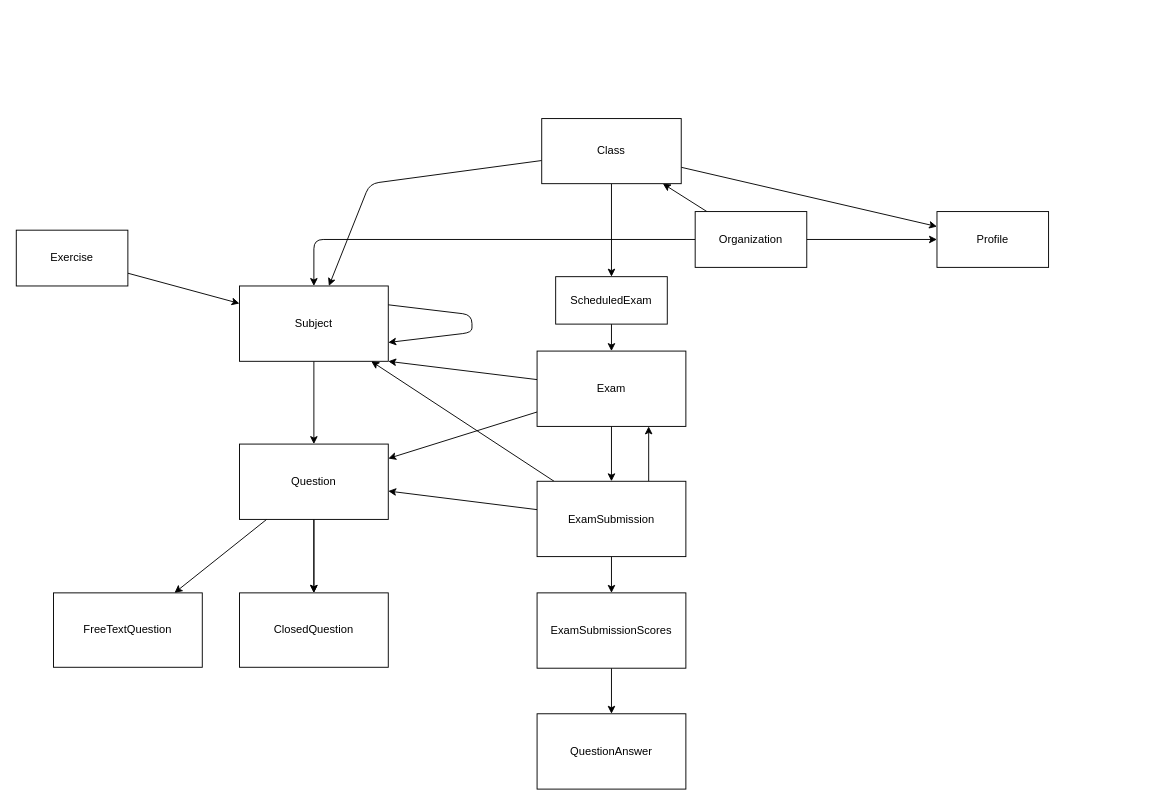
Before: services/db/entities.drawio in AsafKaravani/apprentice, a draw.io diagram. Source tidied: cells renumbered, new cells numbered last; positions are measured from the earlier drawing's top-left corner, leaving out a move shared by most shapes. Both pictures are drawn from the tidied source at 93%, with x=0, y=0 at pixel (16, 118).
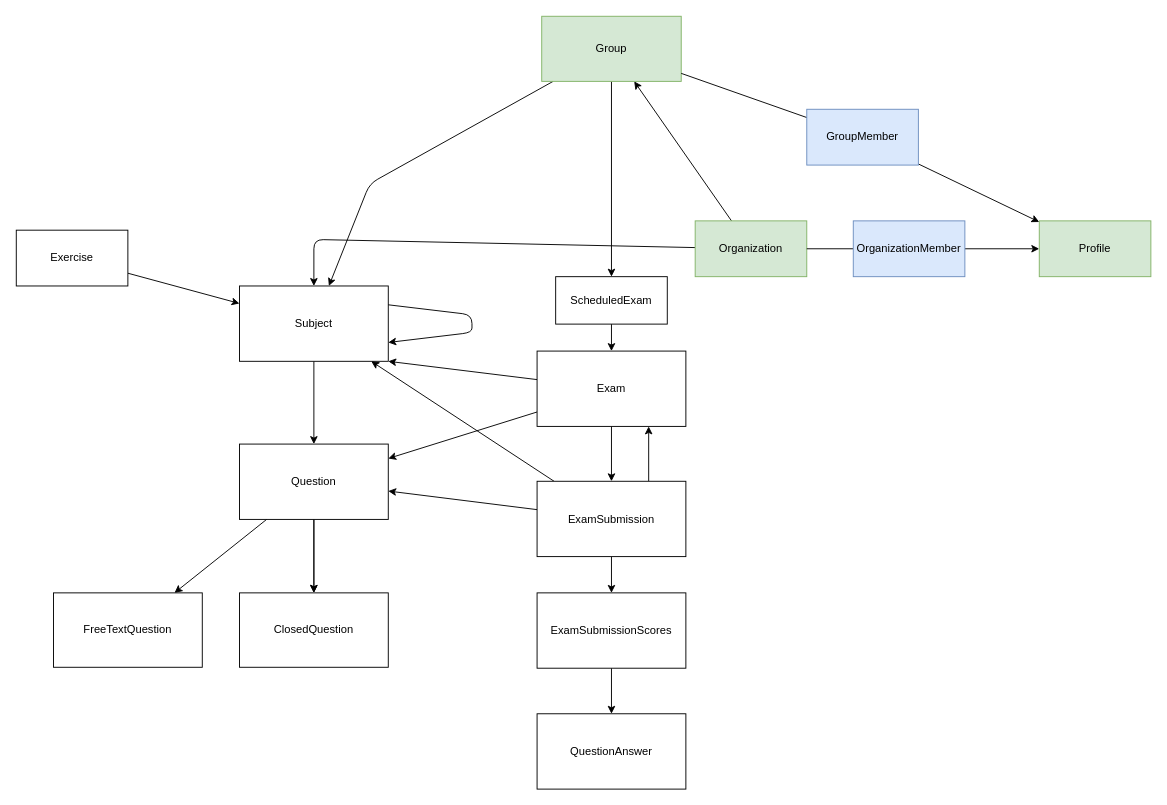
The same page after the edit.

Commit message (it also covers changes not shown here):
added group and org

Diff of the diagram source:
```diff
@@
-    <mxCell id="13" style="edgeStyle=none;html=1;" parent="1" edge="1" source="14" target="15">
+    <mxCell id="13" style="edgeStyle=none;html=1;startArrow=none;" parent="1" edge="1" source="37" target="15">
       <mxGeometry relative="1" as="geometry" />
     </mxCell>
-    <mxCell id="14" value="Organization" style="rounded=0;whiteSpace=wrap;html=1;" parent="1" vertex="1">
-      <mxGeometry x="730" y="100" width="120" height="60" as="geometry" />
+    <mxCell id="14" value="Organization" style="rounded=0;whiteSpace=wrap;html=1;fillColor=#d5e8d4;strokeColor=#82b366;" parent="1" vertex="1">
+      <mxGeometry x="730" y="110" width="120" height="60" as="geometry" />
     </mxCell>
-    <mxCell id="15" value="Profile" style="rounded=0;whiteSpace=wrap;html=1;" parent="1" vertex="1">
-      <mxGeometry x="990" y="100" width="120" height="60" as="geometry" />
+    <mxCell id="15" value="Profile" style="rounded=0;whiteSpace=wrap;html=1;fillColor=#d5e8d4;strokeColor=#82b366;" parent="1" vertex="1">
+      <mxGeometry x="1100" y="110" width="120" height="60" as="geometry" />
     </mxCell>
-    <mxCell id="16" style="edgeStyle=none;html=1;" parent="1" edge="1" source="19" target="15">
+    <mxCell id="16" style="edgeStyle=none;html=1;startArrow=none;" parent="1" edge="1" source="39" target="15">
       <mxGeometry relative="1" as="geometry" />
     </mxCell>
@@
-    <mxCell id="19" value="Class" style="rounded=0;whiteSpace=wrap;html=1;" parent="1" vertex="1">
-      <mxGeometry x="565" width="150" height="70" as="geometry" />
+    <mxCell id="19" value="Group" style="rounded=0;whiteSpace=wrap;html=1;fillColor=#d5e8d4;strokeColor=#82b366;" parent="1" vertex="1">
+      <mxGeometry x="565" y="-110" width="150" height="70" as="geometry" />
     </mxCell>
@@
+    <mxCell id="36" style="edgeStyle=none;html=1;endArrow=none;" parent="1" edge="1" source="14" target="37">
+      <mxGeometry relative="1" as="geometry" />
+    </mxCell>
+    <mxCell id="37" value="OrganizationMember" style="rounded=0;whiteSpace=wrap;html=1;fillColor=#dae8fc;strokeColor=#6c8ebf;" parent="1" vertex="1">
+      <mxGeometry x="900" y="110" width="120" height="60" as="geometry" />
+    </mxCell>
+    <mxCell id="38" style="edgeStyle=none;html=1;endArrow=none;" parent="1" edge="1" source="19" target="39">
+      <mxGeometry relative="1" as="geometry" />
+    </mxCell>
+    <mxCell id="39" value="GroupMember" style="rounded=0;whiteSpace=wrap;html=1;fillColor=#dae8fc;strokeColor=#6c8ebf;" parent="1" vertex="1">
+      <mxGeometry x="850" y="-10" width="120" height="60" as="geometry" />
+    </mxCell>
```
